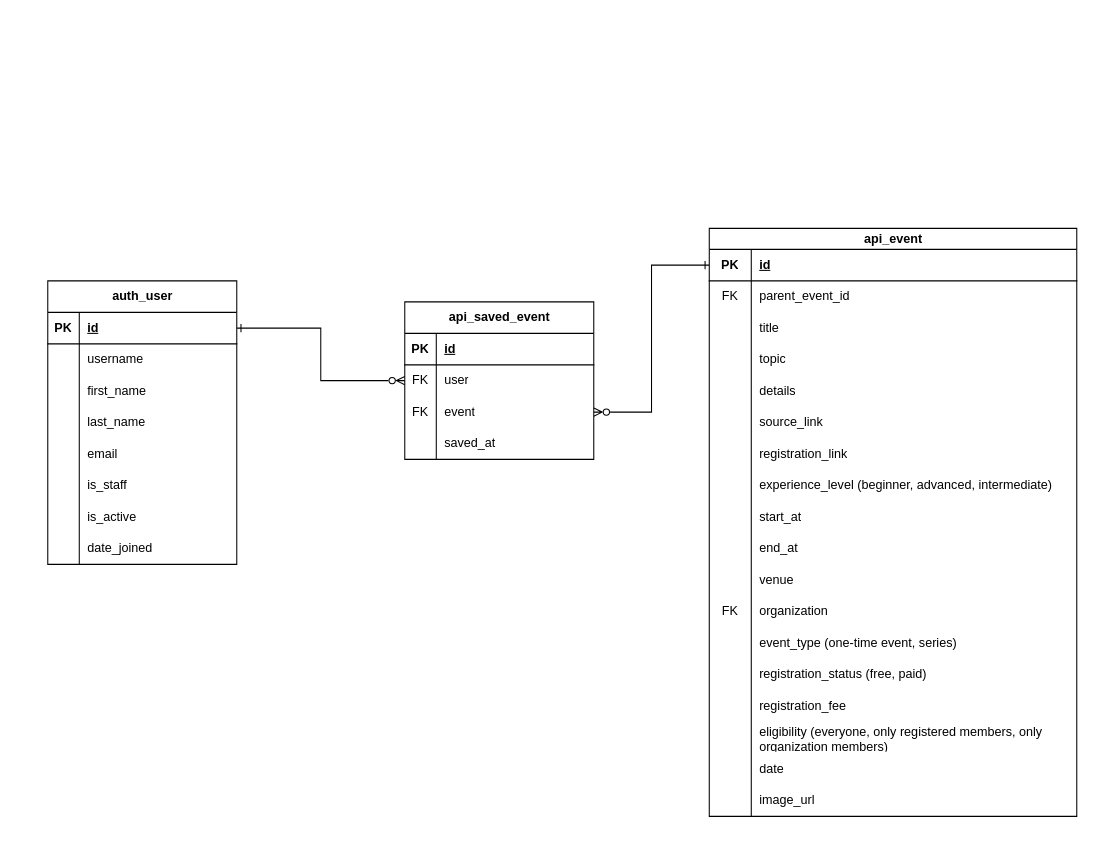
RHILIUS/drawio keeps this draw.io diagram as page "User" (2 of 2) of 2Gether.drawio. Above is the earlier version. Source tidied: cells renumbered, new cells numbered last; positions are measured from the earlier drawing's top-left corner, leaving out a move shared by most shapes. Both pictures are drawn from the tidied source at 105%, with x=0, y=0 at pixel (47, 228).
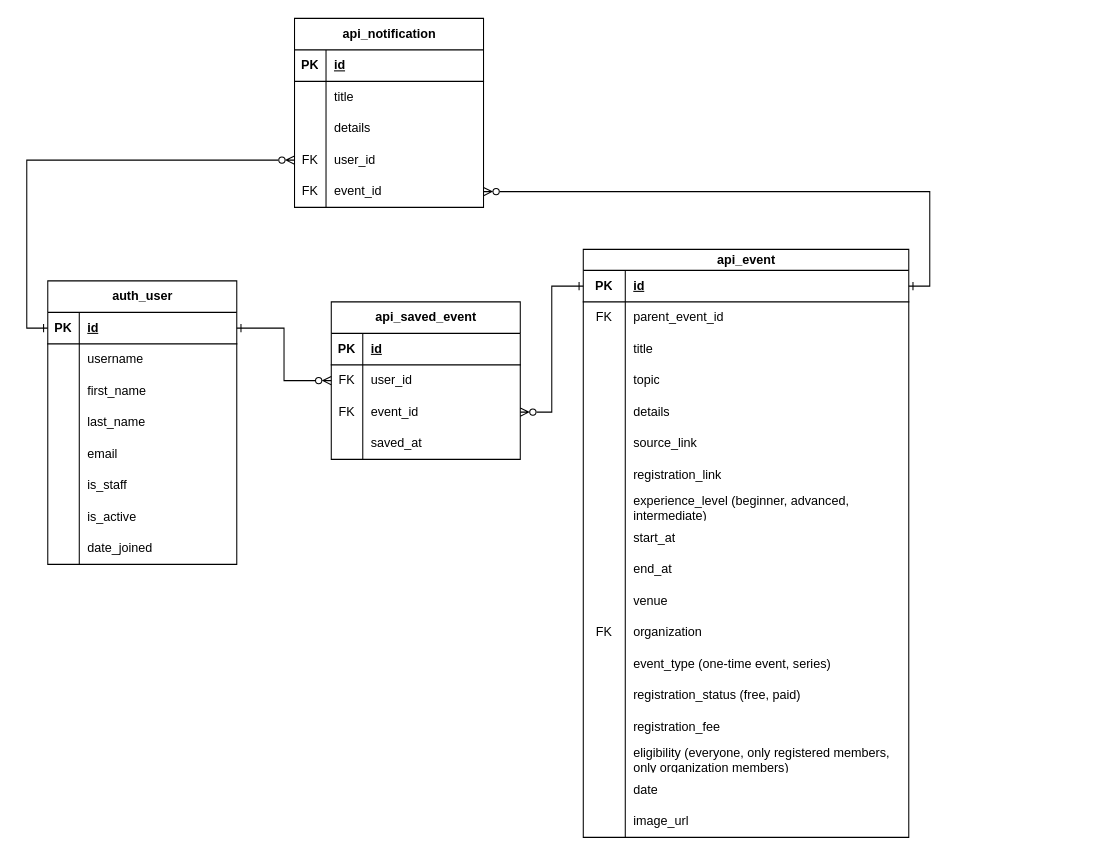
After the change.

The change refers to these unchanged cells:
```xml
<mxCell id="3" style="shape=tableRow;horizontal=0;startSize=0;swimlaneHead=0;swimlaneBody=0;fillColor=none;points=[[0,0.5],[1,0.5]];portConstraint=eastwest;top=0;left=0;right=0;bottom=1;" parent="2" vertex="1">
  <mxGeometry y="30" width="180" height="30" as="geometry" />
</mxCell>
<mxCell id="31" style="shape=tableRow;horizontal=0;startSize=0;swimlaneHead=0;swimlaneBody=0;fillColor=none;points=[[0,0.5],[1,0.5]];portConstraint=eastwest;top=0;left=0;right=0;bottom=0;" parent="27" vertex="1">
  <mxGeometry y="60" width="180" height="30" as="geometry" />
</mxCell>
<mxCell id="34" style="shape=tableRow;horizontal=0;startSize=0;swimlaneHead=0;swimlaneBody=0;fillColor=none;points=[[0,0.5],[1,0.5]];portConstraint=eastwest;top=0;left=0;right=0;bottom=0;" parent="27" vertex="1">
  <mxGeometry y="90" width="180" height="30" as="geometry" />
</mxCell>
```

Diff of the diagram source:
```diff
@@
     <mxCell id="27" value="api_saved_event" style="shape=table;startSize=30;childLayout=tableLayout;rowLines=0;fontStyle=1;align=center;html=1;" parent="1" vertex="1">
-      <mxGeometry x="340" y="70" width="180" height="150" as="geometry" />
+      <mxGeometry x="270" y="70" width="180" height="150" as="geometry" />
     </mxCell>
@@
-    <mxCell id="33" value="user" style="shape=partialRectangle;fillColor=none;top=0;left=0;bottom=0;right=0;align=left;spacingLeft=6;overflow=hidden;whiteSpace=wrap;html=1;" parent="31" vertex="1">
+    <mxCell id="33" value="user_id" style="shape=partialRectangle;fillColor=none;top=0;left=0;bottom=0;right=0;align=left;spacingLeft=6;overflow=hidden;whiteSpace=wrap;html=1;" parent="31" vertex="1">
       <mxGeometry x="30" width="150" height="30" as="geometry" />
     </mxCell>
@@
-    <mxCell id="36" value="event" style="shape=partialRectangle;fillColor=none;top=0;left=0;bottom=0;right=0;align=left;spacingLeft=6;overflow=hidden;whiteSpace=wrap;html=1;" parent="34" vertex="1">
+    <mxCell id="36" value="event_id" style="shape=partialRectangle;fillColor=none;top=0;left=0;bottom=0;right=0;align=left;spacingLeft=6;overflow=hidden;whiteSpace=wrap;html=1;" parent="34" vertex="1">
       <mxGeometry x="30" width="150" height="30" as="geometry" />
     </mxCell>
@@
     <mxCell id="41" value="api_event" style="shape=table;startSize=20;childLayout=tableLayout;rowLines=0;fontStyle=1;align=center;html=1;" parent="1" vertex="1">
-      <mxGeometry x="630" width="350" height="560" as="geometry" />
+      <mxGeometry x="510" y="20" width="310" height="560" as="geometry" />
     </mxCell>
     <mxCell id="42" style="shape=tableRow;horizontal=0;startSize=0;swimlaneHead=0;swimlaneBody=0;fillColor=none;points=[[0,0.5],[1,0.5]];portConstraint=eastwest;top=0;left=0;right=0;bottom=1;" parent="41" vertex="1">
-      <mxGeometry y="20" width="350" height="30" as="geometry" />
+      <mxGeometry y="20" width="310" height="30" as="geometry" />
     </mxCell>
@@
     <mxCell id="44" value="id" style="shape=partialRectangle;fillColor=none;top=0;left=0;bottom=0;right=0;align=left;spacingLeft=6;fontStyle=5;overflow=hidden;whiteSpace=wrap;html=1;" parent="42" vertex="1">
-      <mxGeometry x="40" width="310" height="30" as="geometry" />
+      <mxGeometry x="40" width="270" height="30" as="geometry" />
     </mxCell>
     <mxCell id="45" style="shape=tableRow;horizontal=0;startSize=0;swimlaneHead=0;swimlaneBody=0;fillColor=none;top=0;left=0;right=0;bottom=0;" parent="41" vertex="1">
-      <mxGeometry y="50" width="350" height="30" as="geometry" />
+      <mxGeometry y="50" width="310" height="30" as="geometry" />
     </mxCell>
@@
     <mxCell id="47" value="parent_event_id" style="shape=partialRectangle;fillColor=none;top=0;left=0;bottom=0;right=0;align=left;spacingLeft=6;overflow=hidden;whiteSpace=wrap;html=1;" parent="45" vertex="1">
-      <mxGeometry x="40" width="310" height="30" as="geometry" />
+      <mxGeometry x="40" width="270" height="30" as="geometry" />
     </mxCell>
     <mxCell id="48" style="shape=tableRow;horizontal=0;startSize=0;swimlaneHead=0;swimlaneBody=0;fillColor=none;top=0;left=0;right=0;bottom=0;" parent="41" vertex="1">
-      <mxGeometry y="80" width="350" height="30" as="geometry" />
+      <mxGeometry y="80" width="310" height="30" as="geometry" />
     </mxCell>
@@
     <mxCell id="50" value="title" style="shape=partialRectangle;fillColor=none;top=0;left=0;bottom=0;right=0;align=left;spacingLeft=6;overflow=hidden;whiteSpace=wrap;html=1;" parent="48" vertex="1">
-      <mxGeometry x="40" width="310" height="30" as="geometry" />
+      <mxGeometry x="40" width="270" height="30" as="geometry" />
     </mxCell>
     <mxCell id="51" style="shape=tableRow;horizontal=0;startSize=0;swimlaneHead=0;swimlaneBody=0;fillColor=none;top=0;left=0;right=0;bottom=0;" parent="41" vertex="1">
-      <mxGeometry y="110" width="350" height="30" as="geometry" />
+      <mxGeometry y="110" width="310" height="30" as="geometry" />
     </mxCell>
@@
     <mxCell id="53" value="topic" style="shape=partialRectangle;fillColor=none;top=0;left=0;bottom=0;right=0;align=left;spacingLeft=6;overflow=hidden;whiteSpace=wrap;html=1;" parent="51" vertex="1">
-      <mxGeometry x="40" width="310" height="30" as="geometry" />
+      <mxGeometry x="40" width="270" height="30" as="geometry" />
     </mxCell>
     <mxCell id="54" style="shape=tableRow;horizontal=0;startSize=0;swimlaneHead=0;swimlaneBody=0;fillColor=none;top=0;left=0;right=0;bottom=0;" parent="41" vertex="1">
-      <mxGeometry y="140" width="350" height="30" as="geometry" />
+      <mxGeometry y="140" width="310" height="30" as="geometry" />
     </mxCell>
@@
     <mxCell id="56" value="details" style="shape=partialRectangle;fillColor=none;top=0;left=0;bottom=0;right=0;align=left;spacingLeft=6;overflow=hidden;whiteSpace=wrap;html=1;" parent="54" vertex="1">
-      <mxGeometry x="40" width="310" height="30" as="geometry" />
+      <mxGeometry x="40" width="270" height="30" as="geometry" />
     </mxCell>
     <mxCell id="57" style="shape=tableRow;horizontal=0;startSize=0;swimlaneHead=0;swimlaneBody=0;fillColor=none;top=0;left=0;right=0;bottom=0;" parent="41" vertex="1">
-      <mxGeometry y="170" width="350" height="30" as="geometry" />
+      <mxGeometry y="170" width="310" height="30" as="geometry" />
     </mxCell>
@@
     <mxCell id="59" value="source_link" style="shape=partialRectangle;fillColor=none;top=0;left=0;bottom=0;right=0;align=left;spacingLeft=6;overflow=hidden;whiteSpace=wrap;html=1;" parent="57" vertex="1">
-      <mxGeometry x="40" width="310" height="30" as="geometry" />
+      <mxGeometry x="40" width="270" height="30" as="geometry" />
     </mxCell>
     <mxCell id="60" style="shape=tableRow;horizontal=0;startSize=0;swimlaneHead=0;swimlaneBody=0;fillColor=none;top=0;left=0;right=0;bottom=0;" parent="41" vertex="1">
-      <mxGeometry y="200" width="350" height="30" as="geometry" />
+      <mxGeometry y="200" width="310" height="30" as="geometry" />
     </mxCell>
@@
     <mxCell id="62" value="registration_link" style="shape=partialRectangle;fillColor=none;top=0;left=0;bottom=0;right=0;align=left;spacingLeft=6;overflow=hidden;whiteSpace=wrap;html=1;" parent="60" vertex="1">
-      <mxGeometry x="40" width="310" height="30" as="geometry" />
+      <mxGeometry x="40" width="270" height="30" as="geometry" />
     </mxCell>
     <mxCell id="63" style="shape=tableRow;horizontal=0;startSize=0;swimlaneHead=0;swimlaneBody=0;fillColor=none;top=0;left=0;right=0;bottom=0;" parent="41" vertex="1">
-      <mxGeometry y="230" width="350" height="30" as="geometry" />
+      <mxGeometry y="230" width="310" height="30" as="geometry" />
     </mxCell>
@@
     <mxCell id="65" value="experience_level (beginner, advanced, intermediate)" style="shape=partialRectangle;fillColor=none;top=0;left=0;bottom=0;right=0;align=left;spacingLeft=6;overflow=hidden;whiteSpace=wrap;html=1;" parent="63" vertex="1">
-      <mxGeometry x="40" width="310" height="30" as="geometry" />
+      <mxGeometry x="40" width="270" height="30" as="geometry" />
     </mxCell>
     <mxCell id="66" style="shape=tableRow;horizontal=0;startSize=0;swimlaneHead=0;swimlaneBody=0;fillColor=none;top=0;left=0;right=0;bottom=0;" parent="41" vertex="1">
-      <mxGeometry y="260" width="350" height="30" as="geometry" />
+      <mxGeometry y="260" width="310" height="30" as="geometry" />
     </mxCell>
@@
     <mxCell id="68" value="start_at" style="shape=partialRectangle;fillColor=none;top=0;left=0;bottom=0;right=0;align=left;spacingLeft=6;overflow=hidden;whiteSpace=wrap;html=1;" parent="66" vertex="1">
-      <mxGeometry x="40" width="310" height="30" as="geometry" />
+      <mxGeometry x="40" width="270" height="30" as="geometry" />
     </mxCell>
     <mxCell id="69" style="shape=tableRow;horizontal=0;startSize=0;swimlaneHead=0;swimlaneBody=0;fillColor=none;top=0;left=0;right=0;bottom=0;" parent="41" vertex="1">
-      <mxGeometry y="290" width="350" height="30" as="geometry" />
+      <mxGeometry y="290" width="310" height="30" as="geometry" />
     </mxCell>
@@
     <mxCell id="71" value="end_at" style="shape=partialRectangle;fillColor=none;top=0;left=0;bottom=0;right=0;align=left;spacingLeft=6;overflow=hidden;whiteSpace=wrap;html=1;" parent="69" vertex="1">
-      <mxGeometry x="40" width="310" height="30" as="geometry" />
+      <mxGeometry x="40" width="270" height="30" as="geometry" />
     </mxCell>
     <mxCell id="72" style="shape=tableRow;horizontal=0;startSize=0;swimlaneHead=0;swimlaneBody=0;fillColor=none;top=0;left=0;right=0;bottom=0;" parent="41" vertex="1">
-      <mxGeometry y="320" width="350" height="30" as="geometry" />
+      <mxGeometry y="320" width="310" height="30" as="geometry" />
     </mxCell>
@@
     <mxCell id="74" value="venue" style="shape=partialRectangle;fillColor=none;top=0;left=0;bottom=0;right=0;align=left;spacingLeft=6;overflow=hidden;whiteSpace=wrap;html=1;" parent="72" vertex="1">
-      <mxGeometry x="40" width="310" height="30" as="geometry" />
+      <mxGeometry x="40" width="270" height="30" as="geometry" />
     </mxCell>
     <mxCell id="75" style="shape=tableRow;horizontal=0;startSize=0;swimlaneHead=0;swimlaneBody=0;fillColor=none;top=0;left=0;right=0;bottom=0;" parent="41" vertex="1">
-      <mxGeometry y="350" width="350" height="30" as="geometry" />
+      <mxGeometry y="350" width="310" height="30" as="geometry" />
     </mxCell>
@@
     <mxCell id="77" value="organization" style="shape=partialRectangle;fillColor=none;top=0;left=0;bottom=0;right=0;align=left;spacingLeft=6;overflow=hidden;whiteSpace=wrap;html=1;" parent="75" vertex="1">
-      <mxGeometry x="40" width="310" height="30" as="geometry" />
+      <mxGeometry x="40" width="270" height="30" as="geometry" />
     </mxCell>
     <mxCell id="78" style="shape=tableRow;horizontal=0;startSize=0;swimlaneHead=0;swimlaneBody=0;fillColor=none;top=0;left=0;right=0;bottom=0;" parent="41" vertex="1">
-      <mxGeometry y="380" width="350" height="30" as="geometry" />
+      <mxGeometry y="380" width="310" height="30" as="geometry" />
     </mxCell>
@@
     <mxCell id="80" value="event_type (one-time event, series)" style="shape=partialRectangle;fillColor=none;top=0;left=0;bottom=0;right=0;align=left;spacingLeft=6;overflow=hidden;whiteSpace=wrap;html=1;" parent="78" vertex="1">
-      <mxGeometry x="40" width="310" height="30" as="geometry" />
+      <mxGeometry x="40" width="270" height="30" as="geometry" />
     </mxCell>
     <mxCell id="81" style="shape=tableRow;horizontal=0;startSize=0;swimlaneHead=0;swimlaneBody=0;fillColor=none;top=0;left=0;right=0;bottom=0;" parent="41" vertex="1">
-      <mxGeometry y="410" width="350" height="30" as="geometry" />
+      <mxGeometry y="410" width="310" height="30" as="geometry" />
     </mxCell>
@@
     <mxCell id="83" value="registration_status (free, paid)" style="shape=partialRectangle;fillColor=none;top=0;left=0;bottom=0;right=0;align=left;spacingLeft=6;overflow=hidden;whiteSpace=wrap;html=1;" parent="81" vertex="1">
-      <mxGeometry x="40" width="310" height="30" as="geometry" />
+      <mxGeometry x="40" width="270" height="30" as="geometry" />
     </mxCell>
     <mxCell id="84" style="shape=tableRow;horizontal=0;startSize=0;swimlaneHead=0;swimlaneBody=0;fillColor=none;top=0;left=0;right=0;bottom=0;" parent="41" vertex="1">
-      <mxGeometry y="440" width="350" height="30" as="geometry" />
+      <mxGeometry y="440" width="310" height="30" as="geometry" />
     </mxCell>
@@
     <mxCell id="86" value="registration_fee" style="shape=partialRectangle;fillColor=none;top=0;left=0;bottom=0;right=0;align=left;spacingLeft=6;overflow=hidden;whiteSpace=wrap;html=1;" parent="84" vertex="1">
-      <mxGeometry x="40" width="310" height="30" as="geometry" />
+      <mxGeometry x="40" width="270" height="30" as="geometry" />
     </mxCell>
     <mxCell id="87" style="shape=tableRow;horizontal=0;startSize=0;swimlaneHead=0;swimlaneBody=0;fillColor=none;top=0;left=0;right=0;bottom=0;" parent="41" vertex="1">
-      <mxGeometry y="470" width="350" height="30" as="geometry" />
+      <mxGeometry y="470" width="310" height="30" as="geometry" />
     </mxCell>
@@
     <mxCell id="89" value="eligibility (everyone, only registered members, only organization members)" style="shape=partialRectangle;fillColor=none;top=0;left=0;bottom=0;right=0;align=left;spacingLeft=6;overflow=hidden;whiteSpace=wrap;html=1;" parent="87" vertex="1">
-      <mxGeometry x="40" width="310" height="30" as="geometry" />
+      <mxGeometry x="40" width="270" height="30" as="geometry" />
     </mxCell>
     <mxCell id="90" style="shape=tableRow;horizontal=0;startSize=0;swimlaneHead=0;swimlaneBody=0;fillColor=none;top=0;left=0;right=0;bottom=0;" parent="41" vertex="1">
-      <mxGeometry y="500" width="350" height="30" as="geometry" />
+      <mxGeometry y="500" width="310" height="30" as="geometry" />
     </mxCell>
@@
     <mxCell id="92" value="date" style="shape=partialRectangle;fillColor=none;top=0;left=0;bottom=0;right=0;align=left;spacingLeft=6;overflow=hidden;whiteSpace=wrap;html=1;" parent="90" vertex="1">
-      <mxGeometry x="40" width="310" height="30" as="geometry" />
+      <mxGeometry x="40" width="270" height="30" as="geometry" />
     </mxCell>
     <mxCell id="93" style="shape=tableRow;horizontal=0;startSize=0;swimlaneHead=0;swimlaneBody=0;fillColor=none;top=0;left=0;right=0;bottom=0;" parent="41" vertex="1">
-      <mxGeometry y="530" width="350" height="30" as="geometry" />
+      <mxGeometry y="530" width="310" height="30" as="geometry" />
     </mxCell>
@@
     <mxCell id="95" value="image_url" style="shape=partialRectangle;fillColor=none;top=0;left=0;bottom=0;right=0;align=left;spacingLeft=6;overflow=hidden;whiteSpace=wrap;html=1;" parent="93" vertex="1">
-      <mxGeometry x="40" width="310" height="30" as="geometry" />
+      <mxGeometry x="40" width="270" height="30" as="geometry" />
     </mxCell>
@@
+    <mxCell id="97" value="api_notification" style="shape=table;startSize=30;childLayout=tableLayout;rowLines=0;fontStyle=1;align=center;html=1;" parent="1" vertex="1">
+      <mxGeometry x="235" y="-200" width="180" height="180" as="geometry" />
+    </mxCell>
+    <mxCell id="98" style="shape=tableRow;horizontal=0;startSize=0;swimlaneHead=0;swimlaneBody=0;fillColor=none;top=0;left=0;right=0;bottom=1;" parent="97" vertex="1">
+      <mxGeometry y="30" width="180" height="30" as="geometry" />
+    </mxCell>
+    <mxCell id="99" value="PK" style="shape=partialRectangle;fillColor=none;top=0;left=0;bottom=0;right=0;fontStyle=1;overflow=hidden;whiteSpace=wrap;html=1;" parent="98" vertex="1">
+      <mxGeometry width="30" height="30" as="geometry" />
+    </mxCell>
+    <mxCell id="100" value="id" style="shape=partialRectangle;fillColor=none;top=0;left=0;bottom=0;right=0;align=left;spacingLeft=6;fontStyle=5;overflow=hidden;whiteSpace=wrap;html=1;" parent="98" vertex="1">
+      <mxGeometry x="30" width="150" height="30" as="geometry" />
+    </mxCell>
+    <mxCell id="101" style="shape=tableRow;horizontal=0;startSize=0;swimlaneHead=0;swimlaneBody=0;fillColor=none;top=0;left=0;right=0;bottom=0;" parent="97" vertex="1">
+      <mxGeometry y="60" width="180" height="30" as="geometry" />
+    </mxCell>
+    <mxCell id="102" style="shape=partialRectangle;fillColor=none;top=0;left=0;bottom=0;right=0;overflow=hidden;whiteSpace=wrap;html=1;" parent="101" vertex="1">
+      <mxGeometry width="30" height="30" as="geometry" />
+    </mxCell>
+    <mxCell id="103" value="title" style="shape=partialRectangle;fillColor=none;top=0;left=0;bottom=0;right=0;align=left;spacingLeft=6;overflow=hidden;whiteSpace=wrap;html=1;" parent="101" vertex="1">
+      <mxGeometry x="30" width="150" height="30" as="geometry" />
+    </mxCell>
+    <mxCell id="104" style="shape=tableRow;horizontal=0;startSize=0;swimlaneHead=0;swimlaneBody=0;fillColor=none;top=0;left=0;right=0;bottom=0;" parent="97" vertex="1">
+      <mxGeometry y="90" width="180" height="30" as="geometry" />
+    </mxCell>
+    <mxCell id="105" style="shape=partialRectangle;fillColor=none;top=0;left=0;bottom=0;right=0;overflow=hidden;whiteSpace=wrap;html=1;" parent="104" vertex="1">
+      <mxGeometry width="30" height="30" as="geometry" />
+    </mxCell>
+    <mxCell id="106" value="details" style="shape=partialRectangle;fillColor=none;top=0;left=0;bottom=0;right=0;align=left;spacingLeft=6;overflow=hidden;whiteSpace=wrap;html=1;" parent="104" vertex="1">
+      <mxGeometry x="30" width="150" height="30" as="geometry" />
+    </mxCell>
+    <mxCell id="107" style="shape=tableRow;horizontal=0;startSize=0;swimlaneHead=0;swimlaneBody=0;fillColor=none;points=[[0,0.5],[1,0.5]];portConstraint=eastwest;top=0;left=0;right=0;bottom=0;" parent="97" vertex="1">
+      <mxGeometry y="120" width="180" height="30" as="geometry" />
+    </mxCell>
+    <mxCell id="108" value="FK" style="shape=partialRectangle;fillColor=none;top=0;left=0;bottom=0;right=0;overflow=hidden;whiteSpace=wrap;html=1;" parent="107" vertex="1">
+      <mxGeometry width="30" height="30" as="geometry" />
+    </mxCell>
+    <mxCell id="109" value="user_id" style="shape=partialRectangle;fillColor=none;top=0;left=0;bottom=0;right=0;align=left;spacingLeft=6;overflow=hidden;whiteSpace=wrap;html=1;" parent="107" vertex="1">
+      <mxGeometry x="30" width="150" height="30" as="geometry" />
+    </mxCell>
+    <mxCell id="110" style="shape=tableRow;horizontal=0;startSize=0;swimlaneHead=0;swimlaneBody=0;fillColor=none;points=[[0,0.5],[1,0.5]];portConstraint=eastwest;top=0;left=0;right=0;bottom=0;" parent="97" vertex="1">
+      <mxGeometry y="150" width="180" height="30" as="geometry" />
+    </mxCell>
+    <mxCell id="111" value="FK" style="shape=partialRectangle;fillColor=none;top=0;left=0;bottom=0;right=0;overflow=hidden;whiteSpace=wrap;html=1;" parent="110" vertex="1">
+      <mxGeometry width="30" height="30" as="geometry" />
+    </mxCell>
+    <mxCell id="112" value="event_id" style="shape=partialRectangle;fillColor=none;top=0;left=0;bottom=0;right=0;align=left;spacingLeft=6;overflow=hidden;whiteSpace=wrap;html=1;" parent="110" vertex="1">
+      <mxGeometry x="30" width="150" height="30" as="geometry" />
+    </mxCell>
+    <mxCell id="113" style="rounded=0;jettySize=auto;html=1;entryX=0;entryY=0.5;entryDx=0;entryDy=0;endArrow=ERzeroToMany;endFill=0;startArrow=ERone;startFill=0;exitX=0;exitY=0.5;exitDx=0;exitDy=0;edgeStyle=orthogonalEdgeStyle;" parent="1" edge="1" source="3" target="107">
+      <mxGeometry relative="1" as="geometry" />
+    </mxCell>
+    <mxCell id="114" style="edgeStyle=orthogonalEdgeStyle;rounded=0;jettySize=auto;html=1;entryX=1;entryY=0.5;entryDx=0;entryDy=0;endArrow=ERzeroToMany;endFill=0;startArrow=ERone;startFill=0;" parent="1" edge="1" source="42" target="110">
+      <mxGeometry relative="1" as="geometry">
+        <Array as="points">
+          <mxPoint x="840" y="55" />
+          <mxPoint x="840" y="-35" />
+        </Array>
+      </mxGeometry>
+    </mxCell>
```
